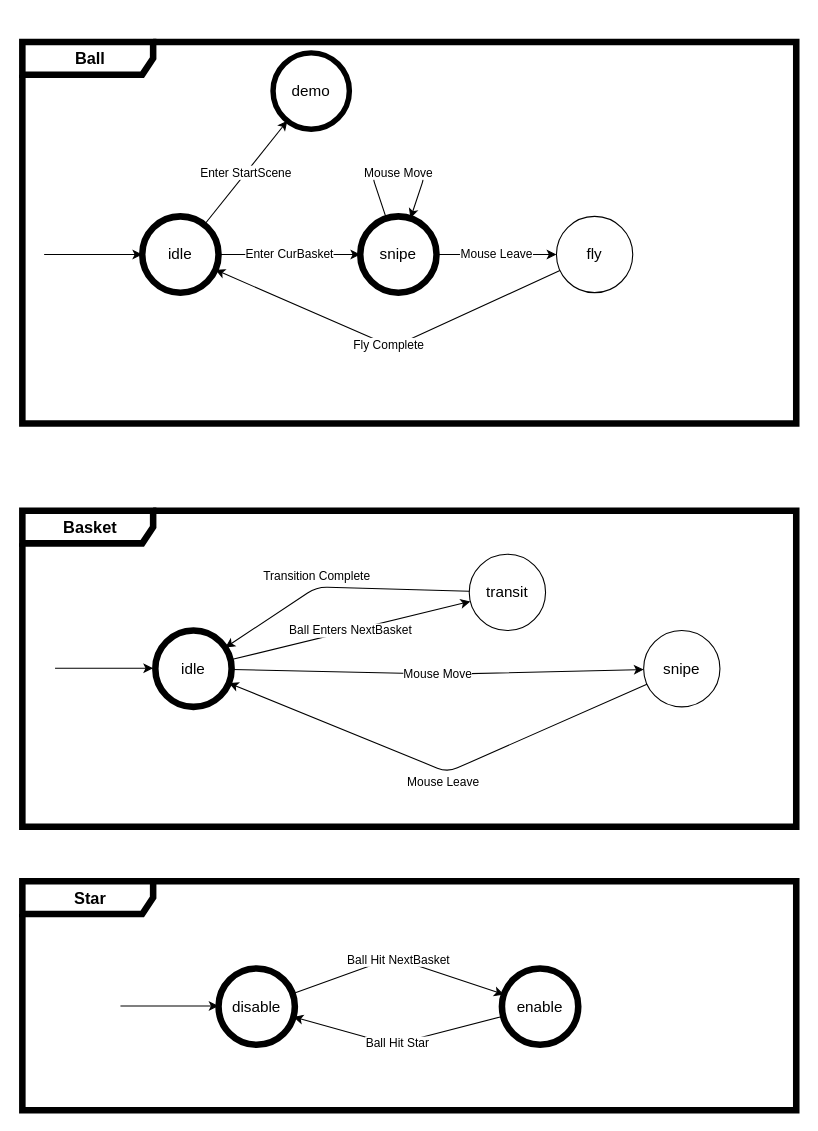
The draw.io diagram page "FSM" (4 of 5) of design.drawio in khasang12/dunk-shot-phaser, before the edit. Source tidied: cells renumbered, new cells numbered last; positions are measured from the earlier drawing's top-left corner, leaving out a move shared by most shapes. Both pictures are drawn from the tidied source at 109%, with x=0, y=0 at pixel (22, 41).
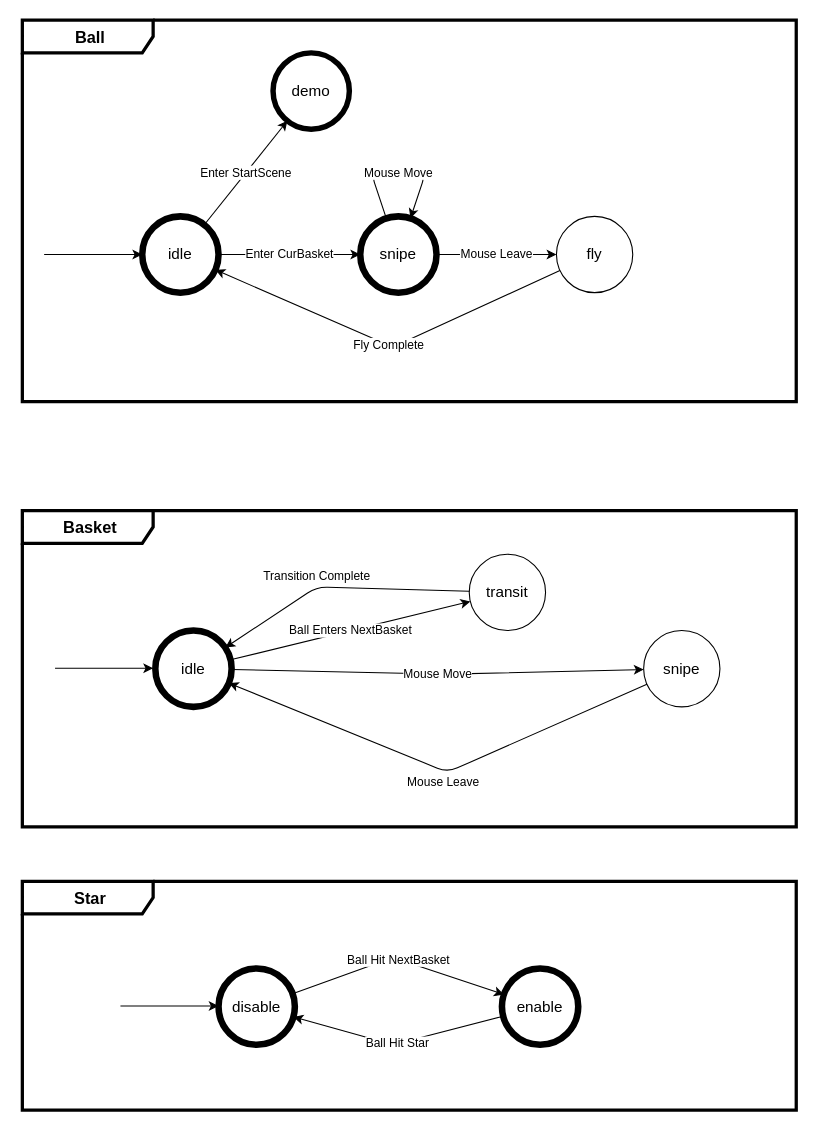
After the change.

Change to the diagram source:
```diff
@@
-    <mxCell id="19" value="&lt;font style=&quot;font-size: 15px;&quot;&gt;&lt;b&gt;Basket&lt;/b&gt;&lt;/font&gt;" style="shape=umlFrame;whiteSpace=wrap;html=1;width=120;height=30;boundedLbl=1;verticalAlign=middle;align=center;spacingLeft=5;strokeWidth=6;" parent="1" vertex="1">
+    <mxCell id="19" value="&lt;font style=&quot;font-size: 15px;&quot;&gt;&lt;b&gt;Basket&lt;/b&gt;&lt;/font&gt;" style="shape=umlFrame;whiteSpace=wrap;html=1;width=120;height=30;boundedLbl=1;verticalAlign=middle;align=center;spacingLeft=5;strokeWidth=3;" parent="1" vertex="1">
       <mxGeometry y="430" width="710" height="290" as="geometry" />
     </mxCell>
@@
-    <mxCell id="21" value="&lt;font style=&quot;font-size: 15px;&quot;&gt;&lt;b&gt;Ball&lt;/b&gt;&lt;/font&gt;" style="shape=umlFrame;whiteSpace=wrap;html=1;width=120;height=30;boundedLbl=1;verticalAlign=middle;align=center;spacingLeft=5;strokeWidth=6;" parent="1" vertex="1">
-      <mxGeometry width="710" height="350" as="geometry" />
+    <mxCell id="21" value="&lt;font style=&quot;font-size: 15px;&quot;&gt;&lt;b&gt;Ball&lt;/b&gt;&lt;/font&gt;" style="shape=umlFrame;whiteSpace=wrap;html=1;width=120;height=30;boundedLbl=1;verticalAlign=middle;align=center;spacingLeft=5;strokeWidth=3;" parent="1" vertex="1">
+      <mxGeometry y="-20" width="710" height="350" as="geometry" />
     </mxCell>
@@
-    <mxCell id="28" value="&lt;font style=&quot;font-size: 15px;&quot;&gt;&lt;b&gt;Star&lt;/b&gt;&lt;/font&gt;" style="shape=umlFrame;whiteSpace=wrap;html=1;width=120;height=30;boundedLbl=1;verticalAlign=middle;align=center;spacingLeft=5;strokeWidth=6;" parent="1" vertex="1">
+    <mxCell id="28" value="&lt;font style=&quot;font-size: 15px;&quot;&gt;&lt;b&gt;Star&lt;/b&gt;&lt;/font&gt;" style="shape=umlFrame;whiteSpace=wrap;html=1;width=120;height=30;boundedLbl=1;verticalAlign=middle;align=center;spacingLeft=5;strokeWidth=3;" parent="1" vertex="1">
       <mxGeometry y="770" width="710" height="210" as="geometry" />
     </mxCell>
```
